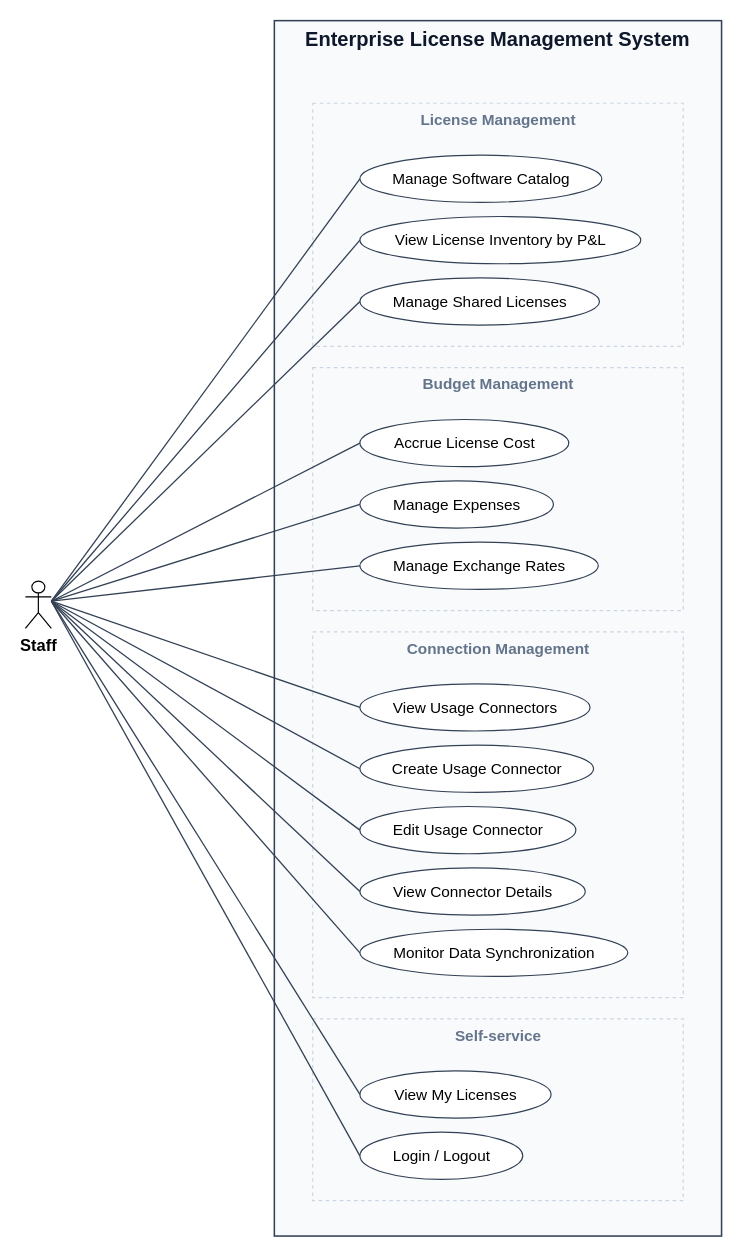
Before: docs/diagrams/out/uc_staff.drawio in cuonglpv/VFast, a draw.io diagram. Source tidied: cells renumbered, new cells numbered last; positions are measured from the earlier drawing's top-left corner, leaving out a move shared by most shapes. Both pictures are drawn from the tidied source at 118%, with x=0, y=0 at pixel (25, 20).
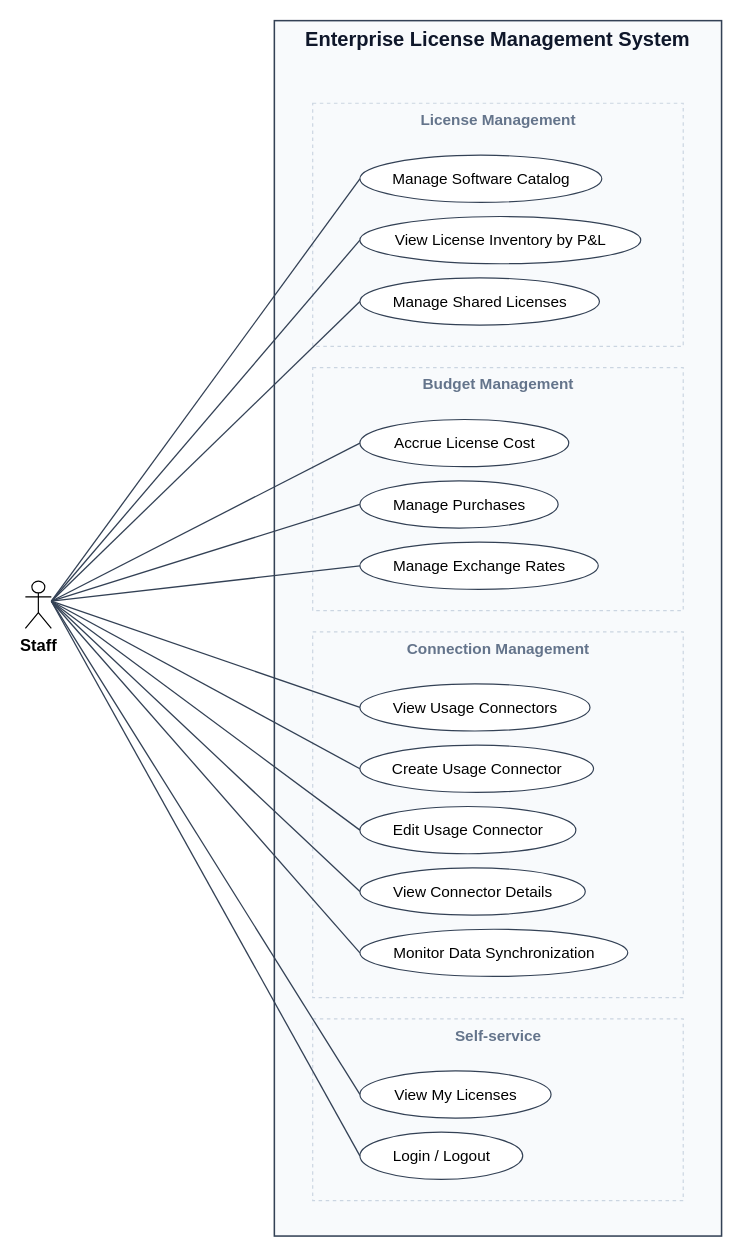
The same diagram, later.

Change to the diagram source:
```diff
@@
-    <mxCell id="9" value="Manage Expenses" style="ellipse;whiteSpace=wrap;html=1;fillColor=#ffffff;strokeColor=#334155;fontSize=13;fontColor=#000000;" parent="1" vertex="1">
-      <mxGeometry x="283.5" y="390" width="164" height="40" as="geometry" />
+    <mxCell id="9" value="Manage Purchases" style="ellipse;whiteSpace=wrap;html=1;fillColor=#ffffff;strokeColor=#334155;fontSize=13;fontColor=#000000;" parent="1" vertex="1">
+      <mxGeometry x="283.5" y="390" width="168" height="40" as="geometry" />
     </mxCell>
```
